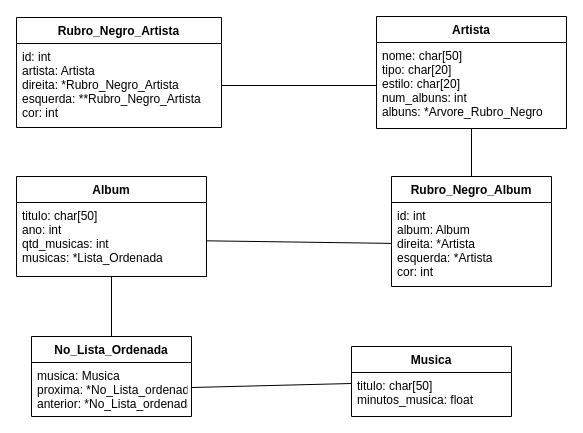
This is ED_II/TB_II/docs/01.drawio from mauriciobenjamin700/6_periodo, a draw.io file, before an edit. Source tidied: cells renumbered, new cells numbered last; positions are measured from the earlier drawing's top-left corner, leaving out a move shared by most shapes. Both pictures are drawn from the tidied source at 100%, with x=0, y=0 at pixel (16, 16).
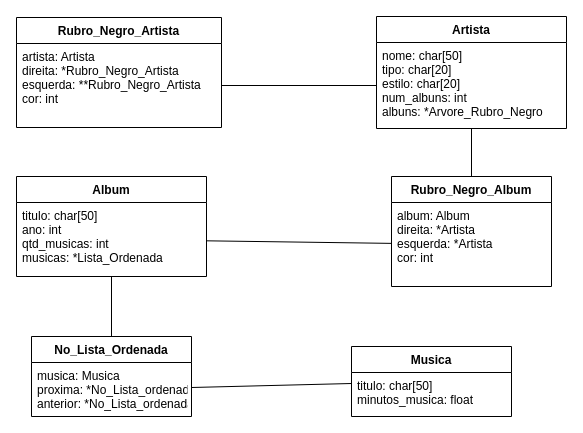
After the change.

What changed in the source:
```diff
@@
 <mxGraphModel>
   <root>
     <mxCell id="0" />
     <mxCell id="1" parent="0" />
     <mxCell id="2" value="Artista" style="swimlane;fontStyle=1;align=center;verticalAlign=top;horizontal=1;startSize=26;" parent="1" vertex="1">
       <mxGeometry x="360" width="190" height="112" as="geometry" />
     </mxCell>
     <mxCell id="3" value="nome: char[50]&#10;tipo: char[20]&#10;estilo: char[20]&#10;num_albuns: int&#10;albuns: *Arvore_Rubro_Negro" style="text;strokeColor=none;fillColor=none;align=left;verticalAlign=top;spacingLeft=4;spacingRight=4;overflow=hidden;points=[[0,0.5],[1,0.5]];portConstraint=eastwest;" parent="2" vertex="1">
       <mxGeometry y="26" width="190" height="86" as="geometry" />
     </mxCell>
     <mxCell id="4" value="Album" style="swimlane;fontStyle=1;align=center;verticalAlign=top;horizontal=1;startSize=26;" parent="1" vertex="1">
       <mxGeometry y="160" width="190" height="100" as="geometry" />
     </mxCell>
     <mxCell id="5" value="titulo: char[50]&#10;ano: int&#10;qtd_musicas: int&#10;musicas: *Lista_Ordenada" style="text;strokeColor=none;fillColor=none;align=left;verticalAlign=top;spacingLeft=4;spacingRight=4;overflow=hidden;points=[[0,0.5],[1,0.5]];portConstraint=eastwest;" parent="4" vertex="1">
       <mxGeometry y="26" width="190" height="74" as="geometry" />
     </mxCell>
     <mxCell id="6" style="edgeStyle=none;html=1;startArrow=none;startFill=0;endArrow=none;endFill=0;" parent="1" edge="1" source="7" target="11">
       <mxGeometry relative="1" as="geometry" />
     </mxCell>
     <mxCell id="7" value="Musica" style="swimlane;fontStyle=1;align=center;verticalAlign=top;horizontal=1;startSize=26;" parent="1" vertex="1">
       <mxGeometry x="335" y="330" width="160" height="70" as="geometry" />
     </mxCell>
     <mxCell id="8" value="titulo: char[50]&#10;minutos_musica: float&#10;" style="text;strokeColor=none;fillColor=none;align=left;verticalAlign=top;spacingLeft=4;spacingRight=4;overflow=hidden;" parent="7" vertex="1">
       <mxGeometry y="26" width="160" height="44" as="geometry" />
     </mxCell>
     <mxCell id="9" style="edgeStyle=none;html=1;startArrow=none;startFill=0;endArrow=none;endFill=0;" parent="1" edge="1" source="10" target="5">
       <mxGeometry relative="1" as="geometry" />
     </mxCell>
     <mxCell id="10" value="No_Lista_Ordenada" style="swimlane;fontStyle=1;align=center;verticalAlign=top;horizontal=1;startSize=26;" parent="1" vertex="1">
       <mxGeometry x="15" y="320" width="160" height="80" as="geometry" />
     </mxCell>
     <mxCell id="11" value="musica: Musica&#10;proxima: *No_Lista_ordenada&#10;anterior: *No_Lista_ordenada" style="text;strokeColor=none;fillColor=none;align=left;verticalAlign=top;spacingLeft=4;spacingRight=4;overflow=hidden;points=[[0,0.5],[1,0.5]];portConstraint=eastwest;" parent="10" vertex="1">
       <mxGeometry y="26" width="160" height="54" as="geometry" />
     </mxCell>
     <mxCell id="12" style="edgeStyle=none;html=1;startArrow=none;startFill=0;endArrow=none;endFill=0;" parent="1" edge="1" source="13" target="3">
       <mxGeometry relative="1" as="geometry" />
     </mxCell>
     <mxCell id="13" value="Rubro_Negro_Album" style="swimlane;fontStyle=1;align=center;verticalAlign=top;horizontal=1;startSize=26;" parent="1" vertex="1">
       <mxGeometry x="375" y="160" width="160" height="110" as="geometry" />
     </mxCell>
-    <mxCell id="14" value="id: int&#10;album: Album&#10;direita: *Artista&#10;esquerda: *Artista&#10;cor: int&#10;" style="text;strokeColor=none;fillColor=none;align=left;verticalAlign=top;spacingLeft=4;spacingRight=4;overflow=hidden;points=[[0,0.5],[1,0.5]];portConstraint=eastwest;" parent="13" vertex="1">
+    <mxCell id="14" value="album: Album&#10;direita: *Artista&#10;esquerda: *Artista&#10;cor: int&#10;" style="text;strokeColor=none;fillColor=none;align=left;verticalAlign=top;spacingLeft=4;spacingRight=4;overflow=hidden;points=[[0,0.5],[1,0.5]];portConstraint=eastwest;" parent="13" vertex="1">
       <mxGeometry y="26" width="160" height="84" as="geometry" />
     </mxCell>
     <mxCell id="15" value="Rubro_Negro_Artista" style="swimlane;fontStyle=1;align=center;verticalAlign=top;horizontal=1;startSize=26;" parent="1" vertex="1">
       <mxGeometry y="1" width="205" height="110" as="geometry" />
     </mxCell>
-    <mxCell id="16" value="id: int&#10;artista: Artista&#10;direita: *Rubro_Negro_Artista&#10;esquerda: **Rubro_Negro_Artista&#10;cor: int" style="text;strokeColor=none;fillColor=none;align=left;verticalAlign=top;spacingLeft=4;spacingRight=4;overflow=hidden;points=[[0,0.5],[1,0.5]];portConstraint=eastwest;" parent="15" vertex="1">
+    <mxCell id="16" value="artista: Artista&#10;direita: *Rubro_Negro_Artista&#10;esquerda: **Rubro_Negro_Artista&#10;cor: int" style="text;strokeColor=none;fillColor=none;align=left;verticalAlign=top;spacingLeft=4;spacingRight=4;overflow=hidden;points=[[0,0.5],[1,0.5]];portConstraint=eastwest;" parent="15" vertex="1">
       <mxGeometry y="26" width="205" height="84" as="geometry" />
     </mxCell>
     <mxCell id="17" style="edgeStyle=none;html=1;startArrow=none;startFill=0;endArrow=none;endFill=0;" parent="1" edge="1" source="5" target="14">
       <mxGeometry relative="1" as="geometry" />
     </mxCell>
     <mxCell id="18" style="edgeStyle=none;html=1;startArrow=none;startFill=0;endArrow=none;endFill=0;" parent="1" edge="1" source="3" target="16">
       <mxGeometry relative="1" as="geometry" />
     </mxCell>
   </root>
 </mxGraphModel>
```
